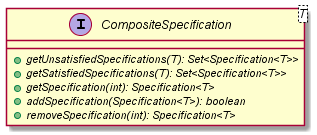
Above: malokhvii-eduard/malokhvii05/doc/plantuml/png/ua.khpi.oop.malokhvii05.common.specification.CompositeSpecification.png in P-Kalin/kit26a (PlantUML), before the change.
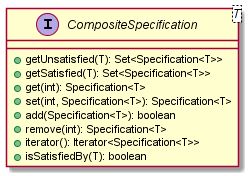
After the change.

The edit, as a diff of the source:
```diff
@@ -1,11 +1,14 @@
 @startuml
 
     interface CompositeSpecification<T> {
-        {abstract} +getUnsatisfiedSpecifications(T): Set<Specification<T>>
-        {abstract} +getSatisfiedSpecifications(T): Set<Specification<T>>
-        {abstract} +getSpecification(int): Specification<T>
-        {abstract} +addSpecification(Specification<T>): boolean
-        {abstract} +removeSpecification(int): Specification<T>
+        +getUnsatisfied(T): Set<Specification<T>>
+        +getSatisfied(T): Set<Specification<T>>
+        +get(int): Specification<T>
+        +set(int, Specification<T>): Specification<T>
+        +add(Specification<T>): boolean
+        +remove(int): Specification<T>
+        +iterator(): Iterator<Specification<T>>
+        +isSatisfiedBy(T): boolean
     }
 
 @enduml
```
